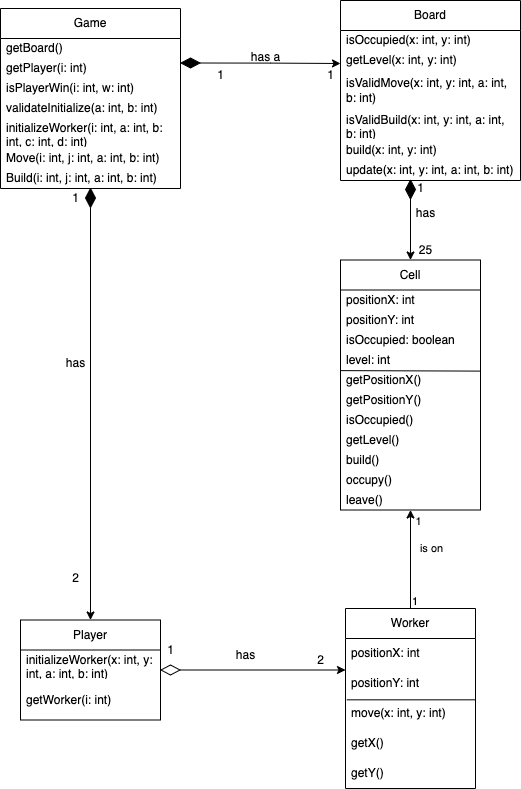
Earlier version of the draw.io export Object diagram.drawio.png (RozayC/test). Source tidied: cells renumbered, new cells last; positions are measured from the earlier drawing's top-left corner, leaving out a move shared by most shapes.
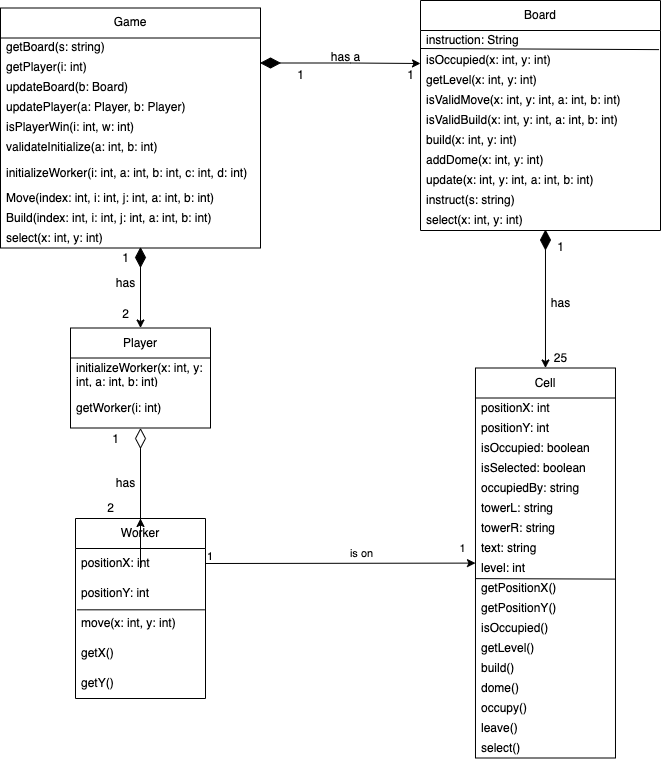
After the commit.

The edit, as a diff of the source:
```diff
@@ -5,3 +5,3 @@
     <mxCell id="2" value="Worker" style="swimlane;fontStyle=0;horizontal=1;startSize=30;whiteSpace=wrap;html=1;fontSize=12;" parent="1" vertex="1">
-      <mxGeometry x="345" y="608" width="130" height="180" as="geometry" />
+      <mxGeometry x="55" y="518" width="130" height="180" as="geometry" />
     </mxCell>
@@ -30,4 +30,4 @@
       <mxGeometry relative="1" as="geometry">
-        <mxPoint x="400" y="398.5" as="sourcePoint" />
-        <mxPoint x="400" y="399.5" as="targetPoint" />
+        <mxPoint x="515" y="208" as="sourcePoint" />
+        <mxPoint x="515" y="209" as="targetPoint" />
       </mxGeometry>
@@ -35,38 +35,38 @@
     <mxCell id="10" value="has a" style="text;html=1;align=center;verticalAlign=middle;fillColor=none;strokeColor=none;rounded=0;" parent="1" vertex="1">
-      <mxGeometry x="240" y="42" width="50" height="30" as="geometry" />
+      <mxGeometry x="300" y="42" width="50" height="30" as="geometry" />
     </mxCell>
     <mxCell id="11" value="has" style="text;html=1;align=center;verticalAlign=middle;fillColor=none;strokeColor=none;rounded=0;" parent="1" vertex="1">
-      <mxGeometry x="405" y="197.5" width="40" height="30" as="geometry" />
+      <mxGeometry x="520" y="287.5" width="40" height="30" as="geometry" />
     </mxCell>
     <mxCell id="12" value="has" style="text;html=1;align=center;verticalAlign=middle;fillColor=none;strokeColor=none;rounded=0;" parent="1" vertex="1">
-      <mxGeometry x="225" y="639.5" width="40" height="30" as="geometry" />
+      <mxGeometry x="85" y="467.5" width="40" height="30" as="geometry" />
     </mxCell>
     <mxCell id="13" value="has" style="text;html=1;align=center;verticalAlign=middle;fillColor=none;strokeColor=none;rounded=0;" parent="1" vertex="1">
-      <mxGeometry x="55" y="348" width="40" height="30" as="geometry" />
+      <mxGeometry x="85" y="267.5" width="40" height="30" as="geometry" />
     </mxCell>
     <mxCell id="14" value="1" style="text;html=1;align=center;verticalAlign=middle;fillColor=none;strokeColor=none;rounded=0;" parent="1" vertex="1">
-      <mxGeometry x="65" y="188" width="20" height="20" as="geometry" />
+      <mxGeometry x="95" y="247.5" width="20" height="20" as="geometry" />
     </mxCell>
     <mxCell id="15" value="2" style="text;html=1;align=center;verticalAlign=middle;fillColor=none;strokeColor=none;rounded=0;" parent="1" vertex="1">
-      <mxGeometry x="65" y="568" width="20" height="20" as="geometry" />
+      <mxGeometry x="95" y="304" width="20" height="20" as="geometry" />
     </mxCell>
     <mxCell id="16" value="1" style="text;html=1;align=center;verticalAlign=middle;fillColor=none;strokeColor=none;rounded=0;" parent="1" vertex="1">
-      <mxGeometry x="160" y="640" width="20" height="20" as="geometry" />
+      <mxGeometry x="85" y="428.5" width="20" height="20" as="geometry" />
     </mxCell>
     <mxCell id="17" value="2" style="text;html=1;align=center;verticalAlign=middle;fillColor=none;strokeColor=none;rounded=0;" parent="1" vertex="1">
-      <mxGeometry x="310" y="649.5" width="20" height="20" as="geometry" />
+      <mxGeometry x="80" y="498" width="20" height="20" as="geometry" />
     </mxCell>
     <mxCell id="18" value="1" style="text;html=1;align=center;verticalAlign=middle;fillColor=none;strokeColor=none;rounded=0;" parent="1" vertex="1">
-      <mxGeometry x="410" y="177.5" width="20" height="20" as="geometry" />
+      <mxGeometry x="530" y="237" width="20" height="20" as="geometry" />
     </mxCell>
     <mxCell id="19" value="25" style="text;html=1;align=center;verticalAlign=middle;fillColor=none;strokeColor=none;rounded=0;" parent="1" vertex="1">
-      <mxGeometry x="410" y="239.5" width="30" height="20" as="geometry" />
+      <mxGeometry x="525" y="347.5" width="30" height="20" as="geometry" />
     </mxCell>
     <mxCell id="20" value="1" style="text;html=1;align=center;verticalAlign=middle;fillColor=none;strokeColor=none;rounded=0;" parent="1" vertex="1">
-      <mxGeometry x="210" y="65" width="20" height="20" as="geometry" />
+      <mxGeometry x="270" y="65" width="20" height="20" as="geometry" />
     </mxCell>
     <mxCell id="21" value="1" style="text;html=1;align=center;verticalAlign=middle;fillColor=none;strokeColor=none;rounded=0;" parent="1" vertex="1">
-      <mxGeometry x="320" y="65" width="20" height="20" as="geometry" />
+      <mxGeometry x="380" y="65" width="20" height="20" as="geometry" />
     </mxCell>
-    <mxCell id="22" style="endArrow=classic;html=1;rounded=0;exitX=0.5;exitY=0;exitDx=0;exitDy=0;" parent="1" edge="1" source="2" target="52">
+    <mxCell id="22" style="endArrow=classic;html=1;rounded=0;exitX=1;exitY=0.5;exitDx=0;exitDy=0;" parent="1" edge="1" source="3" target="52">
       <mxGeometry relative="1" as="geometry" />
@@ -83,3 +83,3 @@
       <mxGeometry x="0.88" y="4" relative="1" as="geometry">
-        <mxPoint x="11" y="4" as="offset" />
+        <mxPoint x="1" y="-11" as="offset" />
       </mxGeometry>
@@ -90,9 +90,9 @@
     <mxCell id="27" style="rhombus;whiteSpace=wrap;html=1;fillColor=#000000;" parent="1" vertex="1">
-      <mxGeometry x="405" y="179.5" width="10" height="19" as="geometry" />
+      <mxGeometry x="520" y="230" width="10" height="19" as="geometry" />
     </mxCell>
-    <mxCell id="28" style="edgeStyle=orthogonalEdgeStyle;rounded=0;jettySize=auto;html=1;" parent="1" edge="1" source="29" target="2">
+    <mxCell id="28" style="edgeStyle=orthogonalEdgeStyle;rounded=0;jettySize=auto;html=1;entryX=0.5;entryY=0;entryDx=0;entryDy=0;" parent="1" edge="1" source="29" target="2">
       <mxGeometry relative="1" as="geometry">
         <Array as="points">
-          <mxPoint x="390" y="669.5" />
-          <mxPoint x="390" y="669.5" />
+          <mxPoint x="120" y="567.5" />
+          <mxPoint x="120" y="567.5" />
         </Array>
@@ -100,4 +100,4 @@
     </mxCell>
-    <mxCell id="29" style="rhombus;whiteSpace=wrap;html=1;fillColor=#ffffff;rotation=90;" parent="1" vertex="1">
-      <mxGeometry x="165" y="660" width="10" height="19" as="geometry" />
+    <mxCell id="29" style="rhombus;whiteSpace=wrap;html=1;fillColor=#ffffff;rotation=-180;" parent="1" vertex="1">
+      <mxGeometry x="115" y="428.5" width="10" height="19" as="geometry" />
     </mxCell>
@@ -107,3 +107,3 @@
     <mxCell id="31" style="rhombus;whiteSpace=wrap;html=1;fillColor=#000000;" parent="1" vertex="1">
-      <mxGeometry x="85" y="188" width="10" height="19" as="geometry" />
+      <mxGeometry x="115" y="247.5" width="10" height="19" as="geometry" />
     </mxCell>
@@ -111,3 +111,3 @@
       <mxGeometry relative="1" as="geometry">
-        <mxPoint x="340" y="63" as="targetPoint" />
+        <mxPoint x="400" y="63" as="targetPoint" />
       </mxGeometry>
@@ -115,30 +115,39 @@
     <mxCell id="33" style="rhombus;whiteSpace=wrap;html=1;fillColor=#000000;rotation=90;" parent="1" vertex="1">
-      <mxGeometry x="185" y="53" width="10" height="19" as="geometry" />
+      <mxGeometry x="245" y="53" width="10" height="19" as="geometry" />
     </mxCell>
     <mxCell id="34" value="Game" style="swimlane;fontStyle=0;horizontal=1;startSize=30;whiteSpace=wrap;html=1;" parent="1" vertex="1">
-      <mxGeometry y="8" width="180" height="180" as="geometry" />
+      <mxGeometry x="-20" y="7.5" width="260" height="240" as="geometry" />
     </mxCell>
-    <mxCell id="35" value="getBoard()" style="text;strokeColor=none;fillColor=none;align=left;verticalAlign=middle;spacingLeft=4;spacingRight=4;overflow=hidden;whiteSpace=wrap;html=1;" parent="34" vertex="1">
-      <mxGeometry y="30" width="180" height="20" as="geometry" />
+    <mxCell id="35" value="getBoard(s: string)" style="text;strokeColor=none;fillColor=none;align=left;verticalAlign=middle;spacingLeft=4;spacingRight=4;overflow=hidden;whiteSpace=wrap;html=1;" parent="34" vertex="1">
+      <mxGeometry y="30" width="260" height="20" as="geometry" />
     </mxCell>
     <mxCell id="36" value="getPlayer(i: int)" style="text;strokeColor=none;fillColor=none;align=left;verticalAlign=middle;spacingLeft=4;spacingRight=4;overflow=hidden;whiteSpace=wrap;html=1;" parent="34" vertex="1">
-      <mxGeometry y="50" width="180" height="20" as="geometry" />
+      <mxGeometry y="50" width="260" height="20" as="geometry" />
     </mxCell>
+    <mxCell id="65" value="updateBoard(b: Board)" style="text;strokeColor=none;fillColor=none;align=left;verticalAlign=middle;spacingLeft=4;spacingRight=4;overflow=hidden;whiteSpace=wrap;html=1;" parent="34" vertex="1">
+      <mxGeometry y="70" width="260" height="20" as="geometry" />
+    </mxCell>
+    <mxCell id="66" value="updatePlayer(a: Player, b: Player)" style="text;strokeColor=none;fillColor=none;align=left;verticalAlign=middle;spacingLeft=4;spacingRight=4;overflow=hidden;whiteSpace=wrap;html=1;" parent="34" vertex="1">
+      <mxGeometry y="90" width="260" height="20" as="geometry" />
+    </mxCell>
     <mxCell id="37" value="isPlayerWin(i: int, w: int)" style="text;strokeColor=none;fillColor=none;align=left;verticalAlign=middle;spacingLeft=4;spacingRight=4;overflow=hidden;whiteSpace=wrap;html=1;" parent="34" vertex="1">
-      <mxGeometry y="70" width="180" height="20" as="geometry" />
+      <mxGeometry y="110" width="260" height="20" as="geometry" />
     </mxCell>
     <mxCell id="38" value="validateInitialize(a: int, b: int)" style="text;strokeColor=none;fillColor=none;align=left;verticalAlign=middle;spacingLeft=4;spacingRight=4;overflow=hidden;whiteSpace=wrap;html=1;" parent="34" vertex="1">
-      <mxGeometry y="90" width="180" height="20" as="geometry" />
+      <mxGeometry y="130" width="260" height="20" as="geometry" />
     </mxCell>
     <mxCell id="39" value="initializeWorker(i: int, a: int, b: int, c: int, d: int)" style="text;strokeColor=none;fillColor=none;align=left;verticalAlign=middle;spacingLeft=4;spacingRight=4;overflow=hidden;whiteSpace=wrap;html=1;" parent="34" vertex="1">
-      <mxGeometry y="110" width="180" height="30" as="geometry" />
+      <mxGeometry y="150" width="260" height="30" as="geometry" />
     </mxCell>
-    <mxCell id="40" value="Move(i: int, j: int, a: int, b: int)" style="text;strokeColor=none;fillColor=none;align=left;verticalAlign=middle;spacingLeft=4;spacingRight=4;overflow=hidden;whiteSpace=wrap;html=1;" parent="34" vertex="1">
-      <mxGeometry y="140" width="180" height="20" as="geometry" />
+    <mxCell id="40" value="Move(index: int, i: int, j: int, a: int, b: int)" style="text;strokeColor=none;fillColor=none;align=left;verticalAlign=middle;spacingLeft=4;spacingRight=4;overflow=hidden;whiteSpace=wrap;html=1;" parent="34" vertex="1">
+      <mxGeometry y="180" width="260" height="20" as="geometry" />
     </mxCell>
-    <mxCell id="41" value="Build(i: int, j: int, a: int, b: int)" style="text;strokeColor=none;fillColor=none;align=left;verticalAlign=middle;spacingLeft=4;spacingRight=4;overflow=hidden;whiteSpace=wrap;html=1;" parent="34" vertex="1">
-      <mxGeometry y="160" width="180" height="20" as="geometry" />
+    <mxCell id="41" value="Build(index: int, i: int, j: int, a: int, b: int)" style="text;strokeColor=none;fillColor=none;align=left;verticalAlign=middle;spacingLeft=4;spacingRight=4;overflow=hidden;whiteSpace=wrap;html=1;" parent="34" vertex="1">
+      <mxGeometry y="200" width="260" height="20" as="geometry" />
     </mxCell>
+    <mxCell id="67" value="select(x: int, y: int)" style="text;strokeColor=none;fillColor=none;align=left;verticalAlign=middle;spacingLeft=4;spacingRight=4;overflow=hidden;whiteSpace=wrap;html=1;" parent="34" vertex="1">
+      <mxGeometry y="220" width="260" height="20" as="geometry" />
+    </mxCell>
     <mxCell id="42" value="Player" style="swimlane;fontStyle=0;horizontal=1;startSize=30;whiteSpace=wrap;html=1;fontSize=12;" parent="1" vertex="1">
-      <mxGeometry x="20" y="619.5" width="140" height="100" as="geometry" />
+      <mxGeometry x="50" y="327.5" width="140" height="100" as="geometry" />
     </mxCell>
@@ -151,24 +160,39 @@
     <mxCell id="45" value="Board" style="swimlane;fontStyle=0;horizontal=1;startSize=30;whiteSpace=wrap;html=1;fontSize=12;" parent="1" vertex="1">
-      <mxGeometry x="340" width="180" height="180" as="geometry" />
+      <mxGeometry x="400" width="240" height="230" as="geometry" />
     </mxCell>
+    <mxCell id="68" value="instruction: String" style="text;strokeColor=none;fillColor=none;align=left;verticalAlign=middle;spacingLeft=4;spacingRight=4;overflow=hidden;whiteSpace=wrap;html=1;fontSize=12;" parent="45" vertex="1">
+      <mxGeometry y="30" width="240" height="20" as="geometry" />
+    </mxCell>
     <mxCell id="46" value="isOccupied(x: int, y: int)" style="text;strokeColor=none;fillColor=none;align=left;verticalAlign=middle;spacingLeft=4;spacingRight=4;overflow=hidden;points=[[0,0.5],[1,0.5]];portConstraint=eastwest;whiteSpace=wrap;html=1;fontSize=12;" parent="45" vertex="1">
-      <mxGeometry y="30" width="180" height="20" as="geometry" />
+      <mxGeometry y="50" width="240" height="20" as="geometry" />
     </mxCell>
     <mxCell id="47" value="getLevel(x: int, y: int)" style="text;strokeColor=none;fillColor=none;align=left;verticalAlign=middle;spacingLeft=4;spacingRight=4;overflow=hidden;whiteSpace=wrap;html=1;fontSize=12;" parent="45" vertex="1">
-      <mxGeometry y="50" width="180" height="20" as="geometry" />
+      <mxGeometry y="70" width="240" height="20" as="geometry" />
     </mxCell>
     <mxCell id="48" value="isValidMove(x: int, y: int, a: int, b: int)" style="text;strokeColor=none;fillColor=none;align=left;verticalAlign=middle;spacingLeft=4;spacingRight=4;overflow=hidden;whiteSpace=wrap;html=1;fontSize=12;" parent="45" vertex="1">
-      <mxGeometry y="70" width="180" height="40" as="geometry" />
+      <mxGeometry y="90" width="240" height="20" as="geometry" />
     </mxCell>
     <mxCell id="49" value="isValidBuild(x: int, y: int, a: int, b: int)" style="text;strokeColor=none;fillColor=none;align=left;verticalAlign=middle;spacingLeft=4;spacingRight=4;overflow=hidden;whiteSpace=wrap;html=1;fontSize=12;" parent="45" vertex="1">
-      <mxGeometry y="110" width="180" height="30" as="geometry" />
+      <mxGeometry y="110" width="240" height="20" as="geometry" />
     </mxCell>
     <mxCell id="50" value="build(x: int, y: int)" style="text;strokeColor=none;fillColor=none;align=left;verticalAlign=middle;spacingLeft=4;spacingRight=4;overflow=hidden;whiteSpace=wrap;html=1;fontSize=12;" parent="45" vertex="1">
-      <mxGeometry y="140" width="180" height="20" as="geometry" />
+      <mxGeometry y="130" width="240" height="20" as="geometry" />
     </mxCell>
+    <mxCell id="69" value="addDome(x: int, y: int)" style="text;strokeColor=none;fillColor=none;align=left;verticalAlign=middle;spacingLeft=4;spacingRight=4;overflow=hidden;whiteSpace=wrap;html=1;fontSize=12;" parent="45" vertex="1">
+      <mxGeometry y="150" width="240" height="20" as="geometry" />
+    </mxCell>
     <mxCell id="51" value="update(x: int, y: int, a: int, b: int)" style="text;strokeColor=none;fillColor=none;align=left;verticalAlign=middle;spacingLeft=4;spacingRight=4;overflow=hidden;whiteSpace=wrap;html=1;fontSize=12;" parent="45" vertex="1">
-      <mxGeometry y="160" width="180" height="20" as="geometry" />
+      <mxGeometry y="170" width="240" height="20" as="geometry" />
     </mxCell>
+    <mxCell id="70" value="instruct(s: string)" style="text;strokeColor=none;fillColor=none;align=left;verticalAlign=middle;spacingLeft=4;spacingRight=4;overflow=hidden;whiteSpace=wrap;html=1;fontSize=12;" parent="45" vertex="1">
+      <mxGeometry y="190" width="240" height="20" as="geometry" />
+    </mxCell>
+    <mxCell id="71" value="select(x: int, y: int)" style="text;strokeColor=none;fillColor=none;align=left;verticalAlign=middle;spacingLeft=4;spacingRight=4;overflow=hidden;whiteSpace=wrap;html=1;fontSize=12;" parent="45" vertex="1">
+      <mxGeometry y="210" width="240" height="20" as="geometry" />
+    </mxCell>
+    <mxCell id="72" style="endArrow=none;html=1;rounded=0;entryX=0.994;entryY=-0.044;entryDx=0;entryDy=0;entryPerimeter=0;exitX=0;exitY=-0.1;exitDx=0;exitDy=0;exitPerimeter=0;" parent="45" edge="1" source="46" target="46">
+      <mxGeometry relative="1" as="geometry" />
+    </mxCell>
     <mxCell id="52" value="Cell" style="swimlane;fontStyle=0;horizontal=1;startSize=30;whiteSpace=wrap;html=1;fontSize=12;" parent="1" vertex="1">
-      <mxGeometry x="340" y="259.5" width="140" height="250" as="geometry" />
+      <mxGeometry x="455" y="367.5" width="140" height="390" as="geometry" />
     </mxCell>
@@ -183,26 +207,47 @@
     </mxCell>
+    <mxCell id="73" value="isSelected: boolean" style="text;strokeColor=none;fillColor=none;align=left;verticalAlign=middle;spacingLeft=4;spacingRight=4;overflow=hidden;whiteSpace=wrap;html=1;fontSize=12;" parent="52" vertex="1">
+      <mxGeometry y="90" width="140" height="20" as="geometry" />
+    </mxCell>
+    <mxCell id="74" value="occupiedBy: string" style="text;strokeColor=none;fillColor=none;align=left;verticalAlign=middle;spacingLeft=4;spacingRight=4;overflow=hidden;whiteSpace=wrap;html=1;fontSize=12;" parent="52" vertex="1">
+      <mxGeometry y="110" width="140" height="20" as="geometry" />
+    </mxCell>
+    <mxCell id="75" value="towerL: string" style="text;strokeColor=none;fillColor=none;align=left;verticalAlign=middle;spacingLeft=4;spacingRight=4;overflow=hidden;whiteSpace=wrap;html=1;fontSize=12;" parent="52" vertex="1">
+      <mxGeometry y="130" width="140" height="20" as="geometry" />
+    </mxCell>
+    <mxCell id="76" value="towerR: string" style="text;strokeColor=none;fillColor=none;align=left;verticalAlign=middle;spacingLeft=4;spacingRight=4;overflow=hidden;whiteSpace=wrap;html=1;fontSize=12;" parent="52" vertex="1">
+      <mxGeometry y="150" width="140" height="20" as="geometry" />
+    </mxCell>
+    <mxCell id="77" value="text: string" style="text;strokeColor=none;fillColor=none;align=left;verticalAlign=middle;spacingLeft=4;spacingRight=4;overflow=hidden;whiteSpace=wrap;html=1;fontSize=12;" parent="52" vertex="1">
+      <mxGeometry y="170" width="140" height="20" as="geometry" />
+    </mxCell>
     <mxCell id="56" value="level: int" style="text;strokeColor=none;fillColor=none;align=left;verticalAlign=middle;spacingLeft=4;spacingRight=4;overflow=hidden;whiteSpace=wrap;html=1;fontSize=12;" parent="52" vertex="1">
-      <mxGeometry y="90" width="140" height="20" as="geometry" />
+      <mxGeometry y="190" width="140" height="20" as="geometry" />
     </mxCell>
     <mxCell id="57" value="getPositionX()" style="text;strokeColor=none;fillColor=none;align=left;verticalAlign=middle;spacingLeft=4;spacingRight=4;overflow=hidden;points=[[0,0.5],[1,0.5]];portConstraint=eastwest;whiteSpace=wrap;html=1;fontSize=12;" parent="52" vertex="1">
-      <mxGeometry y="110" width="140" height="20" as="geometry" />
+      <mxGeometry y="210" width="140" height="20" as="geometry" />
     </mxCell>
     <mxCell id="58" value="getPositionY()" style="text;strokeColor=none;fillColor=none;align=left;verticalAlign=middle;spacingLeft=4;spacingRight=4;overflow=hidden;whiteSpace=wrap;html=1;fontSize=12;" parent="52" vertex="1">
-      <mxGeometry y="130" width="140" height="20" as="geometry" />
+      <mxGeometry y="230" width="140" height="20" as="geometry" />
     </mxCell>
     <mxCell id="59" value="isOccupied()" style="text;strokeColor=none;fillColor=none;align=left;verticalAlign=middle;spacingLeft=4;spacingRight=4;overflow=hidden;whiteSpace=wrap;html=1;fontSize=12;" parent="52" vertex="1">
-      <mxGeometry y="150" width="140" height="20" as="geometry" />
+      <mxGeometry y="250" width="140" height="20" as="geometry" />
     </mxCell>
     <mxCell id="60" value="getLevel()" style="text;strokeColor=none;fillColor=none;align=left;verticalAlign=middle;spacingLeft=4;spacingRight=4;overflow=hidden;whiteSpace=wrap;html=1;fontSize=12;" parent="52" vertex="1">
-      <mxGeometry y="170" width="140" height="20" as="geometry" />
+      <mxGeometry y="270" width="140" height="20" as="geometry" />
     </mxCell>
     <mxCell id="61" value="build()" style="text;strokeColor=none;fillColor=none;align=left;verticalAlign=middle;spacingLeft=4;spacingRight=4;overflow=hidden;whiteSpace=wrap;html=1;fontSize=12;" parent="52" vertex="1">
-      <mxGeometry y="190" width="140" height="20" as="geometry" />
+      <mxGeometry y="290" width="140" height="20" as="geometry" />
     </mxCell>
+    <mxCell id="78" value="dome()" style="text;strokeColor=none;fillColor=none;align=left;verticalAlign=middle;spacingLeft=4;spacingRight=4;overflow=hidden;whiteSpace=wrap;html=1;fontSize=12;" parent="52" vertex="1">
+      <mxGeometry y="310" width="140" height="20" as="geometry" />
+    </mxCell>
     <mxCell id="62" value="occupy()" style="text;strokeColor=none;fillColor=none;align=left;verticalAlign=middle;spacingLeft=4;spacingRight=4;overflow=hidden;whiteSpace=wrap;html=1;fontSize=12;" parent="52" vertex="1">
-      <mxGeometry y="210" width="140" height="20" as="geometry" />
+      <mxGeometry y="330" width="140" height="20" as="geometry" />
     </mxCell>
     <mxCell id="63" value="leave()" style="text;strokeColor=none;fillColor=none;align=left;verticalAlign=middle;spacingLeft=4;spacingRight=4;overflow=hidden;whiteSpace=wrap;html=1;fontSize=12;" parent="52" vertex="1">
-      <mxGeometry y="230" width="140" height="20" as="geometry" />
+      <mxGeometry y="350" width="140" height="20" as="geometry" />
     </mxCell>
+    <mxCell id="79" value="select()" style="text;strokeColor=none;fillColor=none;align=left;verticalAlign=middle;spacingLeft=4;spacingRight=4;overflow=hidden;whiteSpace=wrap;html=1;fontSize=12;" parent="52" vertex="1">
+      <mxGeometry y="370" width="140" height="20" as="geometry" />
+    </mxCell>
     <mxCell id="64" style="endArrow=none;html=1;rounded=0;fontSize=12;exitX=0.002;exitY=0.031;exitDx=0;exitDy=0;exitPerimeter=0;entryX=1.002;entryY=0.055;entryDx=0;entryDy=0;entryPerimeter=0;" parent="52" edge="1" source="57" target="57">
```
